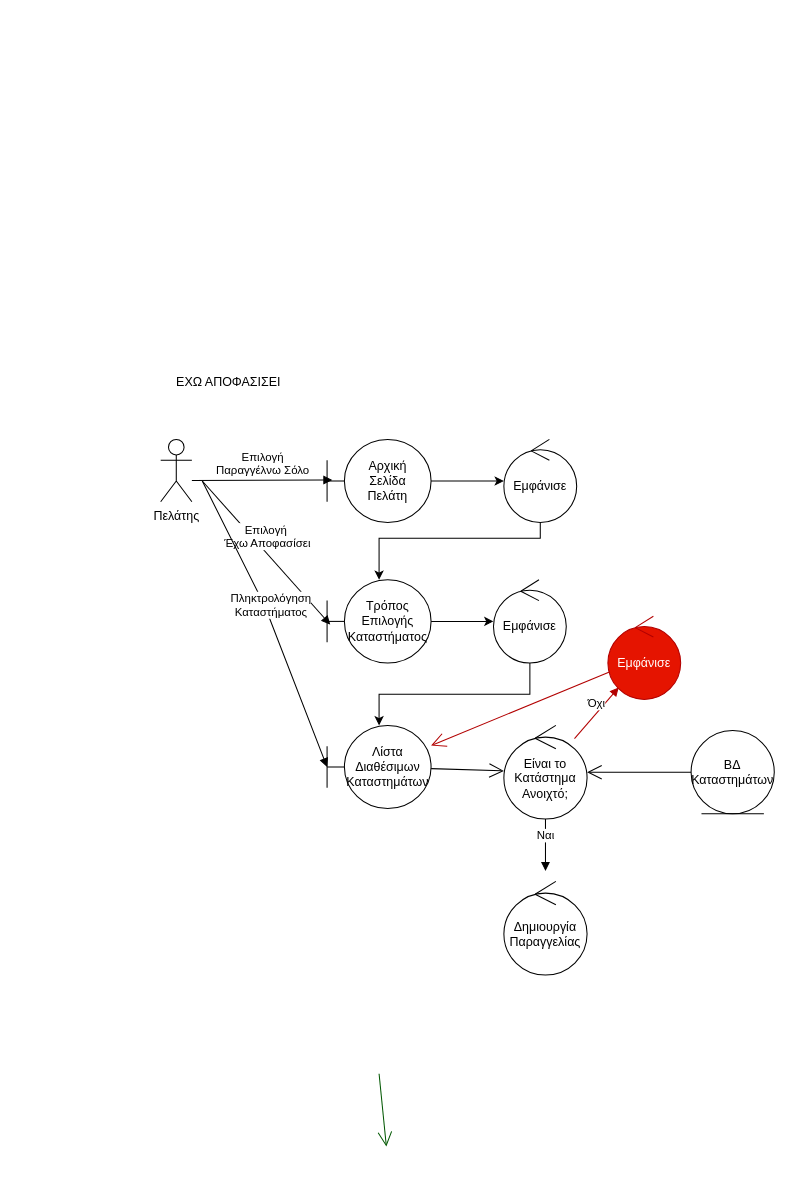
This is docs/contributions/itsikelis/Phase 3/Robustness Diagrams v0.1/user-solo-decided.drawio from iloudaros/nomnomr, a draw.io file, before an edit. Source tidied: cells renumbered, new cells numbered last; positions are measured from the earlier drawing's top-left corner, leaving out a move shared by most shapes. Both pictures are drawn from the tidied source at 104%, with x=0, y=0 at pixel (160, 371).
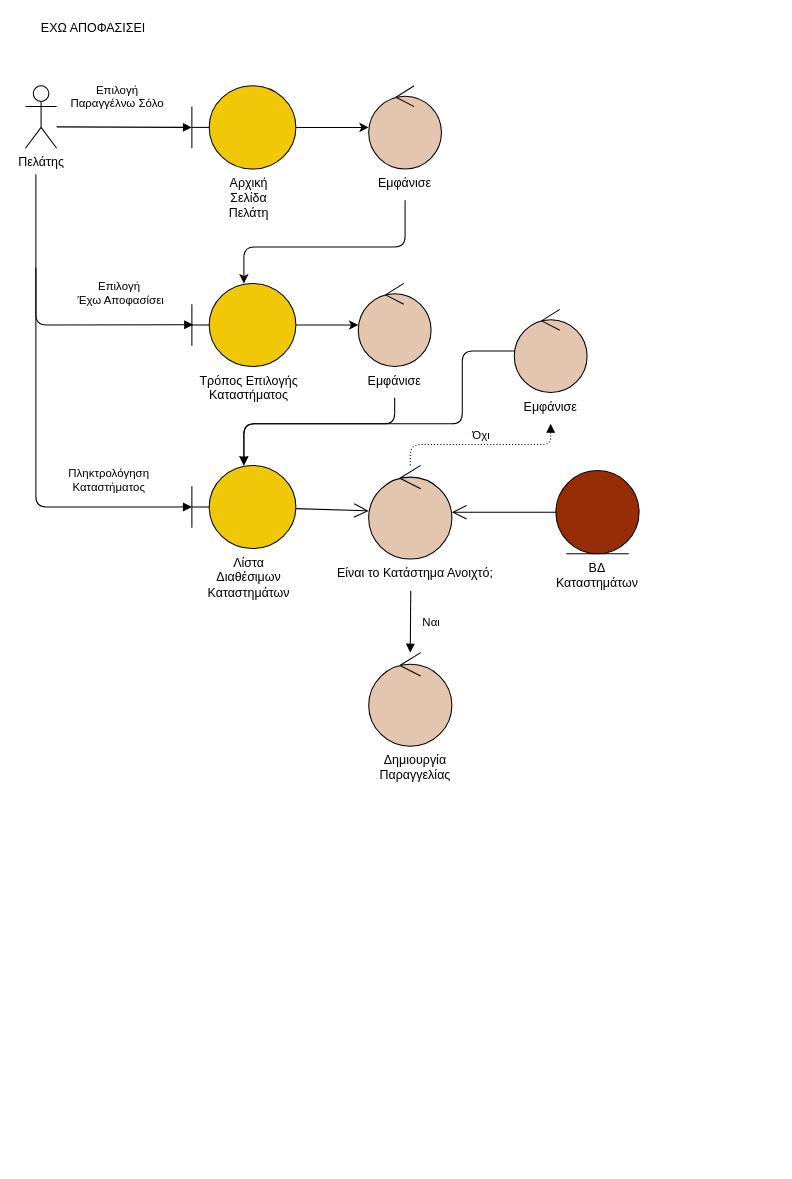
After the change.

The edit, as a diff of the source:
```diff
@@
     <mxCell id="2" value="Πελάτης" style="shape=umlActor;verticalLabelPosition=bottom;verticalAlign=top;html=1;" parent="1" vertex="1">
-      <mxGeometry y="65" width="30" height="60" as="geometry" />
+      <mxGeometry x="-130" y="-275" width="30" height="60" as="geometry" />
     </mxCell>
-    <mxCell id="3" style="edgeStyle=orthogonalEdgeStyle;rounded=0;jettySize=auto;html=1;" parent="1" edge="1" source="4" target="7">
-      <mxGeometry relative="1" as="geometry" />
+    <mxCell id="3" style="edgeStyle=orthogonalEdgeStyle;rounded=0;jettySize=auto;html=1;" parent="1" edge="1" source="4">
+      <mxGeometry relative="1" as="geometry">
+        <mxPoint x="200" y="-235" as="targetPoint" />
+      </mxGeometry>
     </mxCell>
-    <mxCell id="4" value="Αρχική&lt;br&gt;Σελίδα&lt;br&gt;Πελάτη" style="shape=umlBoundary;whiteSpace=wrap;html=1;" parent="1" vertex="1">
-      <mxGeometry x="160" y="65" width="100" height="80" as="geometry" />
+    <mxCell id="4" style="shape=umlBoundary;whiteSpace=wrap;html=1;fillColor=#F0C808;" parent="1" vertex="1">
+      <mxGeometry x="30" y="-275" width="100" height="80" as="geometry" />
     </mxCell>
-    <mxCell id="5" value="Επιλογή &lt;br&gt;Παραγγέλνω Σόλο" style="html=1;verticalAlign=bottom;endArrow=block;rounded=0;entryX=0.05;entryY=0.488;entryDx=0;entryDy=0;entryPerimeter=0;" parent="1" edge="1" target="4">
-      <mxGeometry relative="1" as="geometry">
-        <mxPoint x="30" y="104.5" as="sourcePoint" />
+    <mxCell id="5" value="Επιλογή &lt;br&gt;Παραγγέλνω Σόλο" style="html=1;verticalAlign=bottom;endArrow=block;rounded=0;labelBackgroundColor=none;" parent="1" edge="1">
+      <mxGeometry x="-0.11" y="14" relative="1" as="geometry">
+        <mxPoint x="-100" y="-235.5" as="sourcePoint" />
+        <mxPoint x="30" y="-235" as="targetPoint" />
       </mxGeometry>
     </mxCell>
-    <mxCell id="6" style="edgeStyle=orthogonalEdgeStyle;rounded=0;jettySize=auto;html=1;" parent="1" edge="1" source="7" target="9">
+    <mxCell id="6" style="edgeStyle=orthogonalEdgeStyle;rounded=1;jettySize=auto;html=1;exitX=0.5;exitY=1;exitDx=0;exitDy=0;" parent="1" edge="1" source="27" target="9">
       <mxGeometry relative="1" as="geometry">
         <Array as="points">
-          <mxPoint x="365" y="160" />
-          <mxPoint x="210" y="160" />
+          <mxPoint x="235" y="-120" />
+          <mxPoint x="80" y="-120" />
         </Array>
       </mxGeometry>
     </mxCell>
-    <mxCell id="7" value="Εμφάνισε" style="ellipse;shape=umlControl;whiteSpace=wrap;html=1;" parent="1" vertex="1">
-      <mxGeometry x="330" y="65" width="70" height="80" as="geometry" />
+    <mxCell id="7" style="ellipse;shape=umlControl;whiteSpace=wrap;html=1;fillColor=#E4C5AF;" parent="1" vertex="1">
+      <mxGeometry x="200" y="-275" width="70" height="80" as="geometry" />
     </mxCell>
-    <mxCell id="8" style="edgeStyle=orthogonalEdgeStyle;rounded=0;jettySize=auto;html=1;" parent="1" edge="1" source="9" target="12">
+    <mxCell id="8" style="edgeStyle=orthogonalEdgeStyle;rounded=0;jettySize=auto;html=1;strokeColor=#000000;" parent="1" edge="1" source="9" target="12">
       <mxGeometry relative="1" as="geometry" />
     </mxCell>
-    <mxCell id="9" value="Τρόπος&lt;br&gt;Επιλογής&lt;br&gt;Καταστήματος" style="shape=umlBoundary;whiteSpace=wrap;html=1;" parent="1" vertex="1">
-      <mxGeometry x="160" y="200" width="100" height="80" as="geometry" />
+    <mxCell id="9" style="shape=umlBoundary;whiteSpace=wrap;html=1;fillColor=#F0C808;" parent="1" vertex="1">
+      <mxGeometry x="30" y="-85" width="100" height="80" as="geometry" />
     </mxCell>
-    <mxCell id="10" value="Επιλογή&lt;br&gt;&amp;nbsp;Έχω Αποφασίσει" style="html=1;verticalAlign=bottom;endArrow=block;rounded=0;entryX=0.03;entryY=0.538;entryDx=0;entryDy=0;entryPerimeter=0;" parent="1" edge="1" target="9">
-      <mxGeometry relative="1" as="geometry">
-        <mxPoint x="40" y="105" as="sourcePoint" />
+    <mxCell id="10" value="Επιλογή&lt;br&gt;&amp;nbsp;Έχω Αποφασίσει" style="html=1;verticalAlign=bottom;endArrow=block;rounded=1;entryX=0.012;entryY=0.498;entryDx=0;entryDy=0;entryPerimeter=0;labelBackgroundColor=none;" parent="1" edge="1" target="9">
+      <mxGeometry x="0.52" y="15" relative="1" as="geometry">
+        <mxPoint x="-120" y="-190" as="sourcePoint" />
+        <Array as="points">
+          <mxPoint x="-120" y="-45" />
+        </Array>
       </mxGeometry>
     </mxCell>
-    <mxCell id="11" style="edgeStyle=orthogonalEdgeStyle;rounded=0;jettySize=auto;html=1;" parent="1" edge="1" source="12" target="13">
+    <mxCell id="11" style="edgeStyle=orthogonalEdgeStyle;rounded=1;jettySize=auto;html=1;strokeColor=#000000;exitX=0.5;exitY=1;exitDx=0;exitDy=0;" parent="1" edge="1" source="29" target="13">
       <mxGeometry relative="1" as="geometry">
         <Array as="points">
-          <mxPoint x="355" y="310" />
-          <mxPoint x="210" y="310" />
+          <mxPoint x="225" y="50" />
+          <mxPoint x="80" y="50" />
         </Array>
       </mxGeometry>
     </mxCell>
-    <mxCell id="12" value="Εμφάνισε" style="ellipse;shape=umlControl;whiteSpace=wrap;html=1;" parent="1" vertex="1">
-      <mxGeometry x="320" y="200" width="70" height="80" as="geometry" />
+    <mxCell id="12" style="ellipse;shape=umlControl;whiteSpace=wrap;html=1;fillColor=#E4C5AF;" parent="1" vertex="1">
+      <mxGeometry x="190" y="-85" width="70" height="80" as="geometry" />
     </mxCell>
-    <mxCell id="13" value="Λίστα&lt;br&gt;Διαθέσιμων&lt;br&gt;Καταστημάτων" style="shape=umlBoundary;whiteSpace=wrap;html=1;" parent="1" vertex="1">
-      <mxGeometry x="160" y="340" width="100" height="80" as="geometry" />
+    <mxCell id="13" style="shape=umlBoundary;whiteSpace=wrap;html=1;strokeColor=#000000;fillColor=#F0C808;" parent="1" vertex="1">
+      <mxGeometry x="30" y="90" width="100" height="80" as="geometry" />
     </mxCell>
-    <mxCell id="14" value="Πληκτρολόγηση &lt;br&gt;Καταστήματος" style="html=1;verticalAlign=bottom;endArrow=block;rounded=0;entryX=0;entryY=0.5;entryDx=0;entryDy=0;entryPerimeter=0;" parent="1" edge="1" target="13">
-      <mxGeometry relative="1" as="geometry">
-        <mxPoint x="40" y="105" as="sourcePoint" />
+    <mxCell id="14" value="Πληκτρολόγηση &lt;br&gt;Καταστήματος" style="html=1;verticalAlign=bottom;endArrow=block;rounded=1;entryX=0;entryY=0.5;entryDx=0;entryDy=0;entryPerimeter=0;labelBackgroundColor=none;" parent="1" edge="1" target="13">
+      <mxGeometry x="0.58" y="10" relative="1" as="geometry">
+        <mxPoint x="-120" y="-100" as="sourcePoint" />
         <Array as="points">
-          <mxPoint x="100" y="225" />
+          <mxPoint x="-120" y="130" />
         </Array>
       </mxGeometry>
     </mxCell>
-    <mxCell id="15" value="Είναι το Κατάστημα Ανοιχτό;" style="ellipse;shape=umlControl;whiteSpace=wrap;html=1;" parent="1" vertex="1">
-      <mxGeometry x="330" y="340" width="80" height="90" as="geometry" />
+    <mxCell id="15" style="ellipse;shape=umlControl;whiteSpace=wrap;html=1;strokeColor=#000000;fillColor=#E4C5AF;" parent="1" vertex="1">
+      <mxGeometry x="200" y="90" width="80" height="90" as="geometry" />
     </mxCell>
-    <mxCell id="16" value="ΒΔ&lt;br&gt;Καταστημάτων" style="ellipse;shape=umlEntity;whiteSpace=wrap;html=1;" parent="1" vertex="1">
-      <mxGeometry x="510" y="345" width="80" height="80" as="geometry" />
+    <mxCell id="16" style="ellipse;shape=umlEntity;whiteSpace=wrap;html=1;fillColor=#972D07;" parent="1" vertex="1">
+      <mxGeometry x="380" y="95" width="80" height="80" as="geometry" />
     </mxCell>
-    <mxCell id="17" style="endArrow=open;endFill=1;endSize=12;html=1;rounded=0;" parent="1" edge="1" source="13" target="15">
+    <mxCell id="17" style="endArrow=open;endFill=1;endSize=12;html=1;rounded=0;strokeColor=#000000;" parent="1" edge="1" source="13" target="15">
       <mxGeometry relative="1" as="geometry" />
     </mxCell>
-    <mxCell id="18" style="endArrow=open;endFill=1;endSize=12;html=1;rounded=0;" parent="1" edge="1" source="16" target="15">
+    <mxCell id="18" style="endArrow=open;endFill=1;endSize=12;html=1;rounded=0;strokeColor=#000000;" parent="1" edge="1" source="16" target="15">
       <mxGeometry relative="1" as="geometry" />
     </mxCell>
-    <mxCell id="19" value="Ναι" style="html=1;verticalAlign=bottom;endArrow=block;rounded=0;" parent="1" edge="1" source="15">
-      <mxGeometry relative="1" as="geometry">
-        <mxPoint x="370" y="480" as="targetPoint" />
-      </mxGeometry>
+    <mxCell id="19" value="Ναι" style="html=1;verticalAlign=bottom;endArrow=block;rounded=0;strokeColor=#000000;exitX=0.476;exitY=1.014;exitDx=0;exitDy=0;exitPerimeter=0;labelBackgroundColor=none;" parent="1" edge="1" source="32" target="25">
+      <mxGeometry x="0.32" y="20" relative="1" as="geometry" />
     </mxCell>
-    <mxCell id="20" value="Όχι" style="html=1;verticalAlign=bottom;endArrow=block;rounded=0;fillColor=#e51400;strokeColor=#B20000;" parent="1" edge="1" source="15" target="21">
-      <mxGeometry relative="1" as="geometry" />
+    <mxCell id="20" value="Όχι" style="html=1;verticalAlign=bottom;endArrow=block;rounded=1;fillColor=#e51400;strokeColor=#000000;dashed=1;dashPattern=1 2;labelBackgroundColor=none;entryX=0.5;entryY=1;entryDx=0;entryDy=0;" parent="1" edge="1" source="15" target="30">
+      <mxGeometry relative="1" as="geometry">
+        <Array as="points">
+          <mxPoint x="240" y="70" />
+          <mxPoint x="375" y="70" />
+        </Array>
+      </mxGeometry>
     </mxCell>
-    <mxCell id="21" value="Εμφάνισε" style="ellipse;shape=umlControl;whiteSpace=wrap;html=1;fillColor=#e51400;strokeColor=#B20000;fontColor=#ffffff;" parent="1" vertex="1">
-      <mxGeometry x="430" y="235" width="70" height="80" as="geometry" />
+    <mxCell id="21" style="ellipse;shape=umlControl;whiteSpace=wrap;html=1;fillColor=#E4C5AF;strokeColor=#000000;fontColor=#ffffff;" parent="1" vertex="1">
+      <mxGeometry x="340" y="-60" width="70" height="80" as="geometry" />
     </mxCell>
-    <mxCell id="22" style="endArrow=open;endFill=1;endSize=12;html=1;rounded=0;fillColor=#e51400;strokeColor=#B20000;" parent="1" edge="1" source="21" target="13">
-      <mxGeometry relative="1" as="geometry" />
+    <mxCell id="22" style="endArrow=block;endFill=1;endSize=6;html=1;rounded=1;fillColor=#e51400;strokeColor=#000000;jumpStyle=arc;" parent="1" edge="1" source="21" target="13">
+      <mxGeometry relative="1" as="geometry">
+        <Array as="points">
+          <mxPoint x="290" y="-20" />
+          <mxPoint x="290" y="50" />
+          <mxPoint x="80" y="50" />
+        </Array>
+      </mxGeometry>
     </mxCell>
-    <mxCell id="23" style="endArrow=open;endFill=1;endSize=12;html=1;rounded=0;fillColor=#008a00;strokeColor=#005700;" parent="1" edge="1">
-      <mxGeometry relative="1" as="geometry">
-        <mxPoint x="210" y="675" as="sourcePoint" />
-        <mxPoint x="217" y="745" as="targetPoint" />
-      </mxGeometry>
-    </mxCell>
     <mxCell id="24" value="ΕΧΩ ΑΠΟΦΑΣΙΣΕΙ" style="text;html=1;align=center;verticalAlign=middle;strokeColor=none;fillColor=none;" parent="1" vertex="1">
-      <mxGeometry x="5" width="120" height="20" as="geometry" />
+      <mxGeometry x="-125" y="-340" width="120" height="20" as="geometry" />
     </mxCell>
-    <mxCell id="25" value="Δημιουργία&lt;br&gt;Παραγγελίας" style="ellipse;shape=umlControl;whiteSpace=wrap;html=1;" parent="1" vertex="1">
-      <mxGeometry x="330" y="490" width="80" height="90" as="geometry" />
+    <mxCell id="25" style="ellipse;shape=umlControl;whiteSpace=wrap;html=1;fillColor=#E4C5AF;" parent="1" vertex="1">
+      <mxGeometry x="200" y="270" width="80" height="90" as="geometry" />
     </mxCell>
+    <mxCell id="26" value="&lt;span style=&quot;color: rgb(0, 0, 0); font-family: helvetica; font-size: 12px; font-style: normal; font-weight: 400; letter-spacing: normal; text-indent: 0px; text-transform: none; word-spacing: 0px; display: inline; float: none;&quot;&gt;Αρχική&lt;/span&gt;&lt;br style=&quot;color: rgb(0, 0, 0); font-family: helvetica; font-size: 12px; font-style: normal; font-weight: 400; letter-spacing: normal; text-indent: 0px; text-transform: none; word-spacing: 0px;&quot;&gt;&lt;span style=&quot;color: rgb(0, 0, 0); font-family: helvetica; font-size: 12px; font-style: normal; font-weight: 400; letter-spacing: normal; text-indent: 0px; text-transform: none; word-spacing: 0px; display: inline; float: none;&quot;&gt;Σελίδα&lt;/span&gt;&lt;br style=&quot;color: rgb(0, 0, 0); font-family: helvetica; font-size: 12px; font-style: normal; font-weight: 400; letter-spacing: normal; text-indent: 0px; text-transform: none; word-spacing: 0px;&quot;&gt;&lt;span style=&quot;color: rgb(0, 0, 0); font-family: helvetica; font-size: 12px; font-style: normal; font-weight: 400; letter-spacing: normal; text-indent: 0px; text-transform: none; word-spacing: 0px; display: inline; float: none;&quot;&gt;Πελάτη&lt;/span&gt;" style="text;whiteSpace=wrap;html=1;labelBackgroundColor=none;align=center;" parent="1" vertex="1">
+      <mxGeometry x="50" y="-195" width="70" height="60" as="geometry" />
+    </mxCell>
+    <mxCell id="27" value="&lt;span style=&quot;color: rgb(0, 0, 0); font-family: helvetica; font-size: 12px; font-style: normal; font-weight: 400; letter-spacing: normal; text-indent: 0px; text-transform: none; word-spacing: 0px; display: inline; float: none;&quot;&gt;Εμφάνισε&lt;/span&gt;" style="text;whiteSpace=wrap;html=1;labelBackgroundColor=none;align=center;" parent="1" vertex="1">
+      <mxGeometry x="195" y="-195" width="80" height="30" as="geometry" />
+    </mxCell>
+    <mxCell id="28" value="&lt;span style=&quot;color: rgb(0 , 0 , 0) ; font-family: &amp;#34;helvetica&amp;#34; ; font-size: 12px ; font-style: normal ; font-weight: 400 ; letter-spacing: normal ; text-indent: 0px ; text-transform: none ; word-spacing: 0px ; display: inline ; float: none&quot;&gt;Τρόπος&amp;nbsp;&lt;/span&gt;&lt;span style=&quot;color: rgb(0 , 0 , 0) ; font-family: &amp;#34;helvetica&amp;#34; ; font-size: 12px ; font-style: normal ; font-weight: 400 ; letter-spacing: normal ; text-indent: 0px ; text-transform: none ; word-spacing: 0px ; display: inline ; float: none&quot;&gt;Επιλογής&lt;/span&gt;&lt;br style=&quot;color: rgb(0 , 0 , 0) ; font-family: &amp;#34;helvetica&amp;#34; ; font-size: 12px ; font-style: normal ; font-weight: 400 ; letter-spacing: normal ; text-indent: 0px ; text-transform: none ; word-spacing: 0px&quot;&gt;&lt;span style=&quot;color: rgb(0 , 0 , 0) ; font-family: &amp;#34;helvetica&amp;#34; ; font-size: 12px ; font-style: normal ; font-weight: 400 ; letter-spacing: normal ; text-indent: 0px ; text-transform: none ; word-spacing: 0px ; display: inline ; float: none&quot;&gt;Καταστήματος&lt;/span&gt;" style="text;whiteSpace=wrap;html=1;labelBackgroundColor=none;align=center;" parent="1" vertex="1">
+      <mxGeometry x="30" y="-5" width="110" height="35" as="geometry" />
+    </mxCell>
+    <mxCell id="29" value="&lt;span style=&quot;color: rgb(0, 0, 0); font-family: helvetica; font-size: 12px; font-style: normal; font-weight: 400; letter-spacing: normal; text-indent: 0px; text-transform: none; word-spacing: 0px; display: inline; float: none;&quot;&gt;Εμφάνισε&lt;/span&gt;" style="text;whiteSpace=wrap;html=1;labelBackgroundColor=none;align=center;" parent="1" vertex="1">
+      <mxGeometry x="185" y="-5" width="80" height="30" as="geometry" />
+    </mxCell>
+    <mxCell id="30" value="&lt;span style=&quot;font-family: helvetica; font-size: 12px; font-style: normal; font-weight: 400; letter-spacing: normal; text-indent: 0px; text-transform: none; word-spacing: 0px; display: inline; float: none;&quot;&gt;Εμφάνισε&lt;/span&gt;" style="text;whiteSpace=wrap;html=1;labelBackgroundColor=none;align=center;fontColor=#000000;" parent="1" vertex="1">
+      <mxGeometry x="335" y="20" width="80" height="30" as="geometry" />
+    </mxCell>
+    <mxCell id="31" value="&lt;span style=&quot;color: rgb(0, 0, 0); font-family: helvetica; font-size: 12px; font-style: normal; font-weight: 400; letter-spacing: normal; text-indent: 0px; text-transform: none; word-spacing: 0px; display: inline; float: none;&quot;&gt;Λίστα&lt;/span&gt;&lt;br style=&quot;color: rgb(0, 0, 0); font-family: helvetica; font-size: 12px; font-style: normal; font-weight: 400; letter-spacing: normal; text-indent: 0px; text-transform: none; word-spacing: 0px;&quot;&gt;&lt;span style=&quot;color: rgb(0, 0, 0); font-family: helvetica; font-size: 12px; font-style: normal; font-weight: 400; letter-spacing: normal; text-indent: 0px; text-transform: none; word-spacing: 0px; display: inline; float: none;&quot;&gt;Διαθέσιμων&lt;/span&gt;&lt;br style=&quot;color: rgb(0, 0, 0); font-family: helvetica; font-size: 12px; font-style: normal; font-weight: 400; letter-spacing: normal; text-indent: 0px; text-transform: none; word-spacing: 0px;&quot;&gt;&lt;span style=&quot;color: rgb(0, 0, 0); font-family: helvetica; font-size: 12px; font-style: normal; font-weight: 400; letter-spacing: normal; text-indent: 0px; text-transform: none; word-spacing: 0px; display: inline; float: none;&quot;&gt;Καταστημάτων&lt;/span&gt;" style="text;whiteSpace=wrap;html=1;labelBackgroundColor=none;align=center;" parent="1" vertex="1">
+      <mxGeometry x="30" y="170" width="110" height="60" as="geometry" />
+    </mxCell>
+    <mxCell id="32" value="&lt;span style=&quot;color: rgb(0, 0, 0); font-family: helvetica; font-size: 12px; font-style: normal; font-weight: 400; letter-spacing: normal; text-indent: 0px; text-transform: none; word-spacing: 0px; display: inline; float: none;&quot;&gt;Είναι το Κατάστημα Ανοιχτό;&lt;/span&gt;" style="text;whiteSpace=wrap;html=1;labelBackgroundColor=none;align=center;" parent="1" vertex="1">
+      <mxGeometry x="150" y="180" width="190" height="30" as="geometry" />
+    </mxCell>
+    <mxCell id="33" value="&lt;span style=&quot;color: rgb(0, 0, 0); font-family: helvetica; font-size: 12px; font-style: normal; font-weight: 400; letter-spacing: normal; text-indent: 0px; text-transform: none; word-spacing: 0px; display: inline; float: none;&quot;&gt;ΒΔ&lt;/span&gt;&lt;br style=&quot;color: rgb(0, 0, 0); font-family: helvetica; font-size: 12px; font-style: normal; font-weight: 400; letter-spacing: normal; text-indent: 0px; text-transform: none; word-spacing: 0px;&quot;&gt;&lt;span style=&quot;color: rgb(0, 0, 0); font-family: helvetica; font-size: 12px; font-style: normal; font-weight: 400; letter-spacing: normal; text-indent: 0px; text-transform: none; word-spacing: 0px; display: inline; float: none;&quot;&gt;Καταστημάτων&lt;/span&gt;" style="text;whiteSpace=wrap;html=1;labelBackgroundColor=none;align=center;" parent="1" vertex="1">
+      <mxGeometry x="365" y="175" width="110" height="40" as="geometry" />
+    </mxCell>
+    <mxCell id="34" value="&lt;span style=&quot;color: rgb(0, 0, 0); font-family: helvetica; font-size: 12px; font-style: normal; font-weight: 400; letter-spacing: normal; text-indent: 0px; text-transform: none; word-spacing: 0px; display: inline; float: none;&quot;&gt;Δημιουργία&lt;/span&gt;&lt;br style=&quot;color: rgb(0, 0, 0); font-family: helvetica; font-size: 12px; font-style: normal; font-weight: 400; letter-spacing: normal; text-indent: 0px; text-transform: none; word-spacing: 0px;&quot;&gt;&lt;span style=&quot;color: rgb(0, 0, 0); font-family: helvetica; font-size: 12px; font-style: normal; font-weight: 400; letter-spacing: normal; text-indent: 0px; text-transform: none; word-spacing: 0px; display: inline; float: none;&quot;&gt;Παραγγελίας&lt;/span&gt;" style="text;whiteSpace=wrap;html=1;labelBackgroundColor=none;align=center;" parent="1" vertex="1">
+      <mxGeometry x="195" y="360" width="100" height="40" as="geometry" />
+    </mxCell>
```
